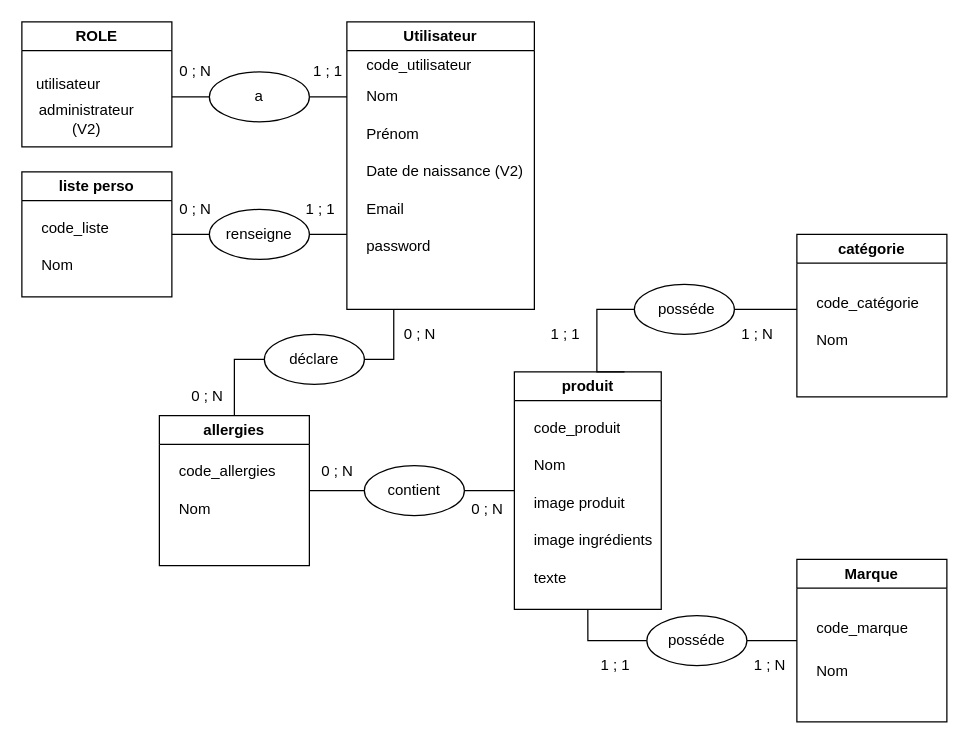
LordThi/repo-back2 keeps this draw.io diagram as docs/MCDv3.drawio. Above is the earlier version. Source tidied: cells renumbered, new cells numbered last; positions are measured from the earlier drawing's top-left corner, leaving out a move shared by most shapes. Both pictures are drawn from the tidied source at 125%, with x=0, y=0 at pixel (21, 21).
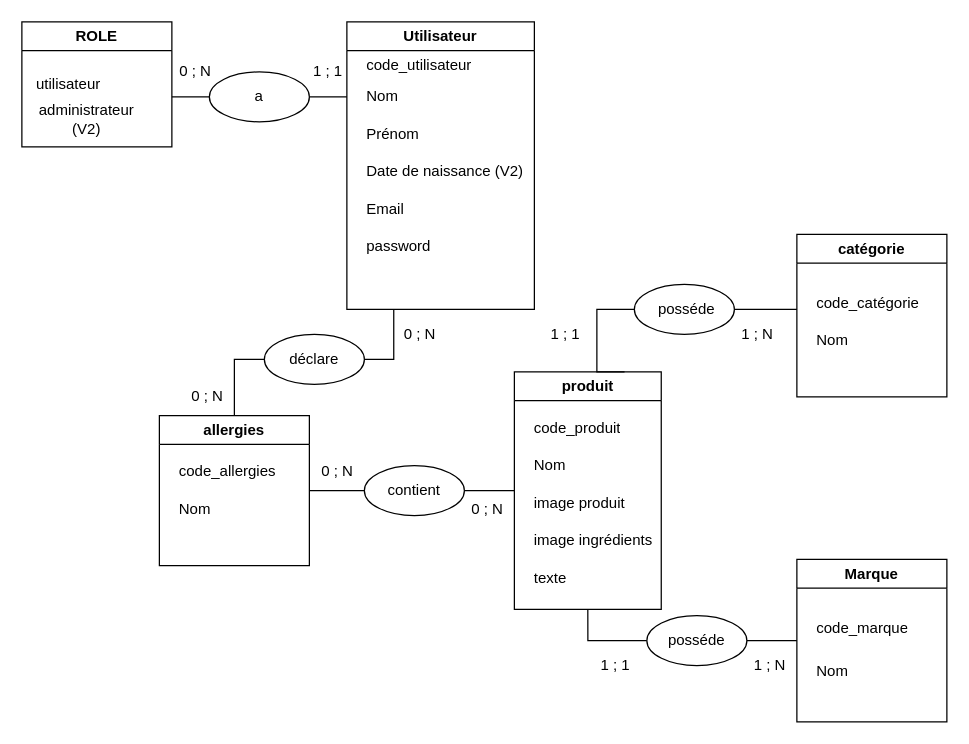
After the change.

Change to the diagram source:
```diff
@@
-    <mxCell id="10" style="edgeStyle=orthogonalEdgeStyle;rounded=0;jettySize=auto;html=1;endArrow=none;endFill=0;startArrow=none;" parent="1" edge="1" source="64">
-      <mxGeometry relative="1" as="geometry">
-        <mxPoint x="260" y="170" as="targetPoint" />
-      </mxGeometry>
-    </mxCell>
-    <mxCell id="11" value="liste perso" style="swimlane;whiteSpace=wrap;html=1;startSize=23;" parent="1" vertex="1">
-      <mxGeometry y="120" width="120" height="100" as="geometry" />
-    </mxCell>
-    <mxCell id="12" value="Nom" style="text;strokeColor=none;fillColor=none;align=left;verticalAlign=middle;spacingLeft=4;spacingRight=4;overflow=hidden;whiteSpace=wrap;html=1;" parent="11" vertex="1">
-      <mxGeometry x="10" y="60" width="70" height="30" as="geometry" />
-    </mxCell>
-    <mxCell id="13" value="code_liste" style="text;strokeColor=none;fillColor=none;align=left;verticalAlign=middle;spacingLeft=4;spacingRight=4;overflow=hidden;whiteSpace=wrap;html=1;" parent="11" vertex="1">
-      <mxGeometry x="10" y="30" width="70" height="30" as="geometry" />
-    </mxCell>
@@
-    <mxCell id="52" value="1 ; 1" style="text;html=1;strokeColor=none;fillColor=none;align=center;verticalAlign=middle;whiteSpace=wrap;rounded=0;rotation=0;" parent="1" vertex="1">
-      <mxGeometry x="224" y="140" width="30" height="20" as="geometry" />
-    </mxCell>
@@
-    <mxCell id="59" value="0 ; N" style="text;html=1;strokeColor=none;fillColor=none;align=center;verticalAlign=middle;whiteSpace=wrap;rounded=0;rotation=0;" parent="1" vertex="1">
-      <mxGeometry x="124" y="140" width="30" height="20" as="geometry" />
-    </mxCell>
@@
-    <mxCell id="63" style="edgeStyle=orthogonalEdgeStyle;rounded=0;jettySize=auto;html=1;endArrow=none;endFill=0;" parent="1" edge="1" source="11" target="64">
-      <mxGeometry relative="1" as="geometry" />
-    </mxCell>
-    <mxCell id="64" style="ellipse;whiteSpace=wrap;html=1;" parent="1" vertex="1">
-      <mxGeometry x="150" y="150" width="80" height="40" as="geometry" />
-    </mxCell>
-    <mxCell id="65" value="renseigne" style="text;html=1;strokeColor=none;fillColor=none;align=center;verticalAlign=middle;whiteSpace=wrap;rounded=0;" parent="1" vertex="1">
-      <mxGeometry x="170" y="160" width="40" height="20" as="geometry" />
-    </mxCell>
```
